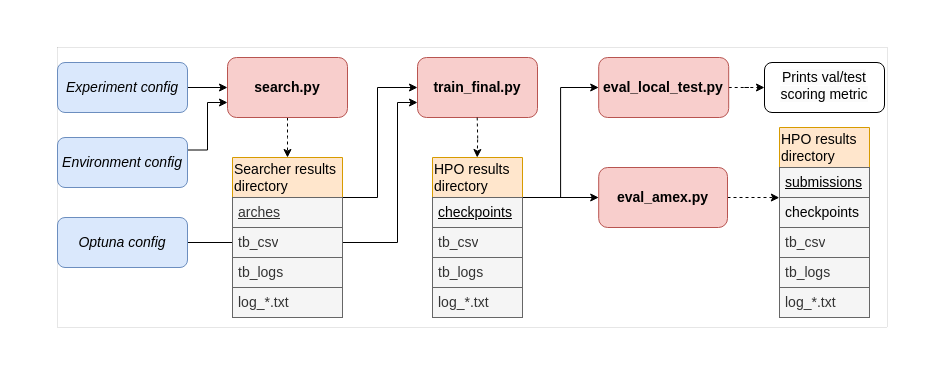
DenDiv/draw_io_graphs keeps this draw.io diagram as diplom_graphs/NAS_pipeline.drawio. Above is the earlier version. Source tidied: cells renumbered, new cells numbered last; positions are measured from the earlier drawing's top-left corner, leaving out a move shared by most shapes. Both pictures are drawn from the tidied source at 100%, with x=0, y=0 at pixel (57, 47).
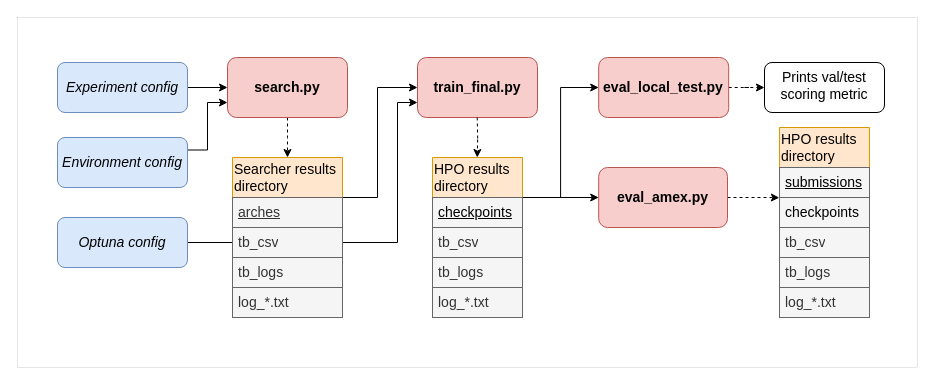
After the change.

Diff of the diagram source:
```diff
@@
+    <mxCell id="37" parent="0" />
+    <mxCell id="38" style="rounded=0;whiteSpace=wrap;html=1;strokeWidth=0;fontSize=14;" parent="37" vertex="1">
+      <mxGeometry x="-40" y="-30" width="900" height="350" as="geometry" />
+    </mxCell>
@@
-    <mxCell id="2" style="rounded=0;whiteSpace=wrap;html=1;fontSize=14;strokeWidth=0;" parent="1" vertex="1">
-      <mxGeometry width="830" height="280" as="geometry" />
-    </mxCell>
```
